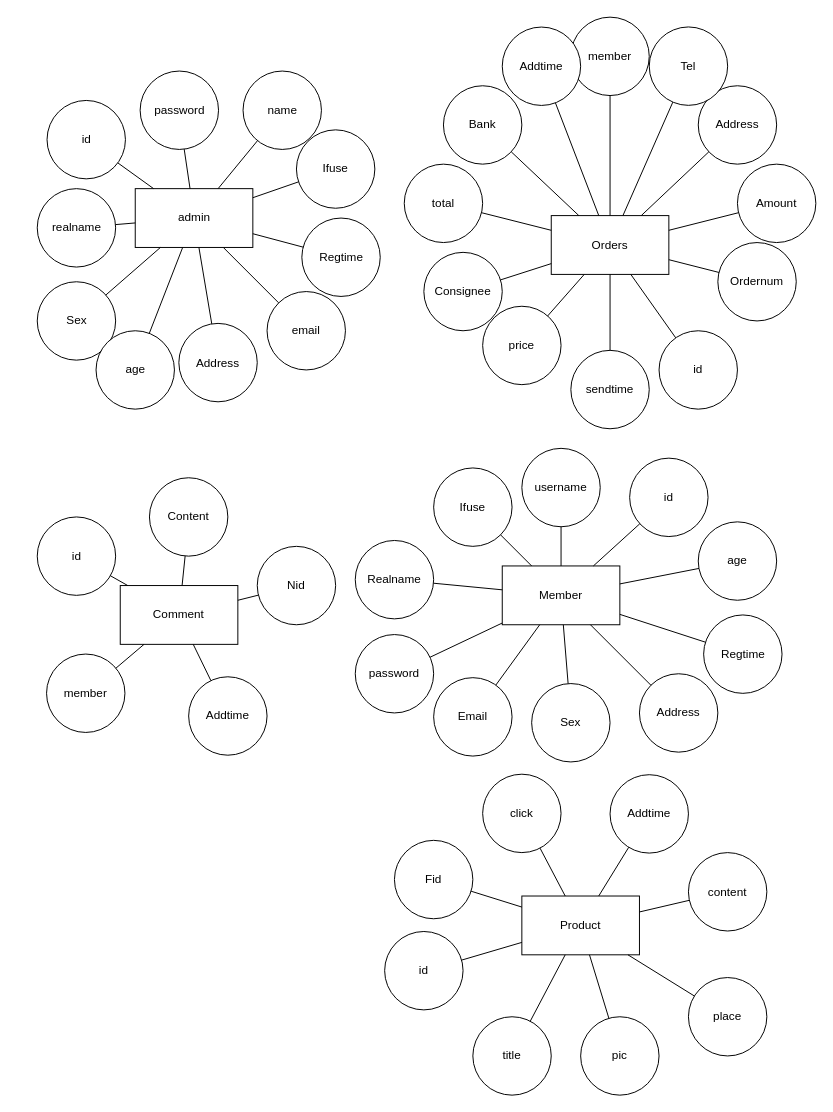
Before: database er diagram.drawio in tom1997/Software-Engineering-graduation-project, a draw.io diagram. Source tidied: cells renumbered, new cells numbered last; positions are measured from the earlier drawing's top-left corner, leaving out a move shared by most shapes. Both pictures are drawn from the tidied source at 98%, with x=0, y=0 at pixel (37, 17).
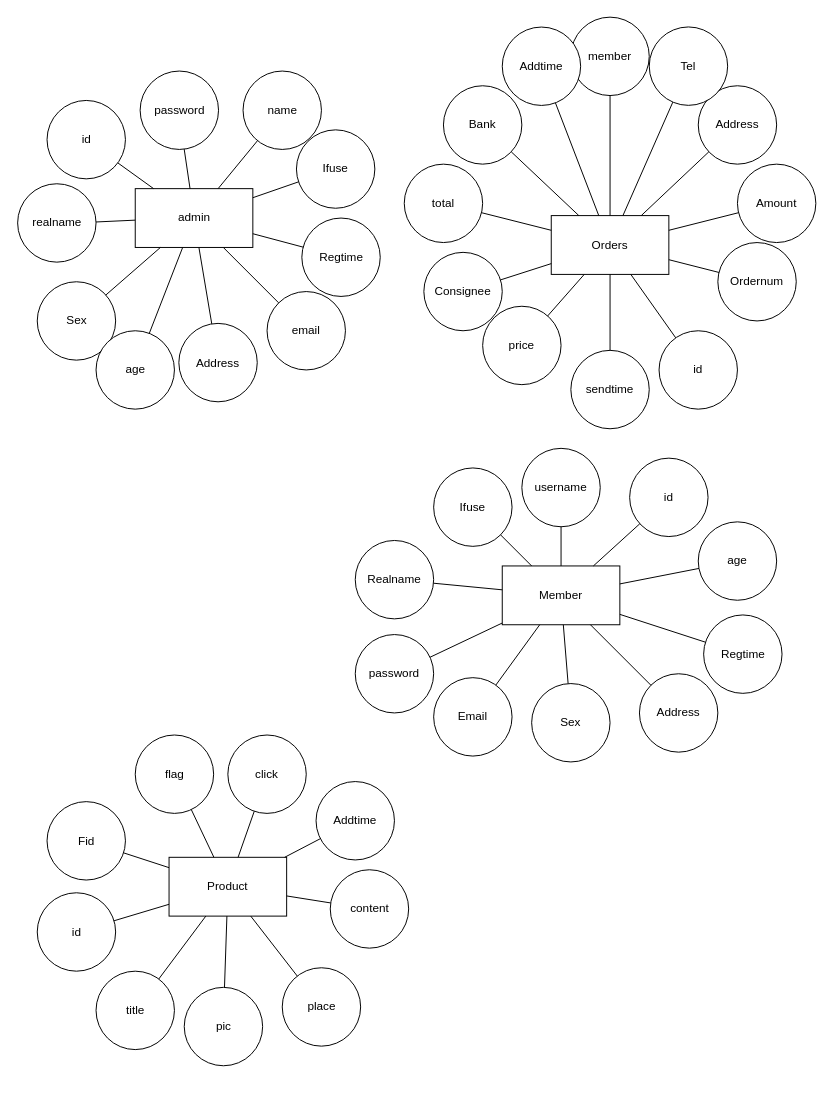
The same page after the edit.

The edit, as a diff of the source:
```diff
@@
     <mxCell id="3" value="Product" style="rounded=0;whiteSpace=wrap;html=1;" parent="1" vertex="1">
-      <mxGeometry x="494" y="896.8" width="120" height="60" as="geometry" />
+      <mxGeometry x="134" y="857.3" width="120" height="60" as="geometry" />
     </mxCell>
@@
-    <mxCell id="14" value="Comment" style="rounded=0;whiteSpace=wrap;html=1;" parent="1" vertex="1">
-      <mxGeometry x="84.2" y="580" width="120" height="60" as="geometry" />
-    </mxCell>
@@
     <mxCell id="18" value="realname" style="ellipse;whiteSpace=wrap;html=1;" parent="1" vertex="1">
-      <mxGeometry x="-0.5" y="175" width="80" height="80" as="geometry" />
+      <mxGeometry x="-20.5" y="170" width="80" height="80" as="geometry" />
     </mxCell>
@@
-    <mxCell id="56" value="id" style="ellipse;whiteSpace=wrap;html=1;" parent="1" vertex="1">
-      <mxGeometry x="-0.5" y="510" width="80" height="80" as="geometry" />
-    </mxCell>
-    <mxCell id="57" style="endArrow=none;html=1;strokeColor=#000000;" parent="1" edge="1" source="56" target="14">
-      <mxGeometry relative="1" as="geometry" />
-    </mxCell>
-    <mxCell id="58" value="member" style="ellipse;whiteSpace=wrap;html=1;" parent="1" vertex="1">
-      <mxGeometry x="9" y="649.9" width="80" height="80" as="geometry" />
-    </mxCell>
-    <mxCell id="59" style="endArrow=none;html=1;strokeColor=#000000;" parent="1" edge="1" source="58" target="14">
-      <mxGeometry relative="1" as="geometry" />
-    </mxCell>
-    <mxCell id="60" value="Addtime" style="ellipse;whiteSpace=wrap;html=1;" parent="1" vertex="1">
-      <mxGeometry x="154" y="673.1" width="80" height="80" as="geometry" />
-    </mxCell>
-    <mxCell id="61" style="endArrow=none;html=1;strokeColor=#000000;" parent="1" edge="1" source="60" target="14">
-      <mxGeometry relative="1" as="geometry" />
-    </mxCell>
-    <mxCell id="62" value="Nid" style="ellipse;whiteSpace=wrap;html=1;" parent="1" vertex="1">
-      <mxGeometry x="224" y="540" width="80" height="80" as="geometry" />
-    </mxCell>
-    <mxCell id="63" style="endArrow=none;html=1;strokeColor=#000000;" parent="1" edge="1" source="14" target="62">
-      <mxGeometry relative="1" as="geometry" />
-    </mxCell>
-    <mxCell id="64" value="Content" style="ellipse;whiteSpace=wrap;html=1;" parent="1" vertex="1">
-      <mxGeometry x="114" y="470" width="80" height="80" as="geometry" />
-    </mxCell>
-    <mxCell id="65" style="endArrow=none;html=1;strokeColor=#000000;" parent="1" edge="1" source="14" target="64">
-      <mxGeometry relative="1" as="geometry" />
-    </mxCell>
@@
     <mxCell id="81" value="id" style="ellipse;whiteSpace=wrap;html=1;" parent="1" vertex="1">
-      <mxGeometry x="354" y="933" width="80" height="80" as="geometry" />
+      <mxGeometry x="-0.5" y="893.5" width="80" height="80" as="geometry" />
     </mxCell>
@@
     <mxCell id="83" value="title" style="ellipse;whiteSpace=wrap;html=1;" parent="1" vertex="1">
-      <mxGeometry x="444" y="1020" width="80" height="80" as="geometry" />
+      <mxGeometry x="59.5" y="973.5" width="80" height="80" as="geometry" />
     </mxCell>
     <mxCell id="84" value="Fid" style="ellipse;whiteSpace=wrap;html=1;" parent="1" vertex="1">
-      <mxGeometry x="364" y="840" width="80" height="80" as="geometry" />
+      <mxGeometry x="9.5" y="800.5" width="80" height="80" as="geometry" />
     </mxCell>
     <mxCell id="85" value="pic" style="ellipse;whiteSpace=wrap;html=1;" parent="1" vertex="1">
-      <mxGeometry x="554" y="1020" width="80" height="80" as="geometry" />
+      <mxGeometry x="149.5" y="990" width="80" height="80" as="geometry" />
     </mxCell>
@@
     <mxCell id="89" value="content" style="ellipse;whiteSpace=wrap;html=1;" parent="1" vertex="1">
-      <mxGeometry x="664" y="852.5" width="80" height="80" as="geometry" />
+      <mxGeometry x="298.5" y="870" width="80" height="80" as="geometry" />
     </mxCell>
@@
     <mxCell id="91" value="Addtime" style="ellipse;whiteSpace=wrap;html=1;" parent="1" vertex="1">
-      <mxGeometry x="584" y="773" width="80" height="80" as="geometry" />
+      <mxGeometry x="284" y="780" width="80" height="80" as="geometry" />
     </mxCell>
@@
     <mxCell id="93" value="place" style="ellipse;whiteSpace=wrap;html=1;" parent="1" vertex="1">
-      <mxGeometry x="664" y="980" width="80" height="80" as="geometry" />
+      <mxGeometry x="249.5" y="970" width="80" height="80" as="geometry" />
     </mxCell>
@@
     <mxCell id="95" value="click" style="ellipse;whiteSpace=wrap;html=1;" parent="1" vertex="1">
-      <mxGeometry x="454" y="772.5" width="80" height="80" as="geometry" />
+      <mxGeometry x="194" y="732.5" width="80" height="80" as="geometry" />
     </mxCell>
@@
+    <mxCell id="97" value="flag" style="ellipse;whiteSpace=wrap;html=1;" parent="1" vertex="1">
+      <mxGeometry x="99.5" y="732.5" width="80" height="80" as="geometry" />
+    </mxCell>
+    <mxCell id="98" style="endArrow=none;html=1;strokeColor=#000000;" parent="1" edge="1" source="97" target="3">
+      <mxGeometry relative="1" as="geometry" />
+    </mxCell>
```
